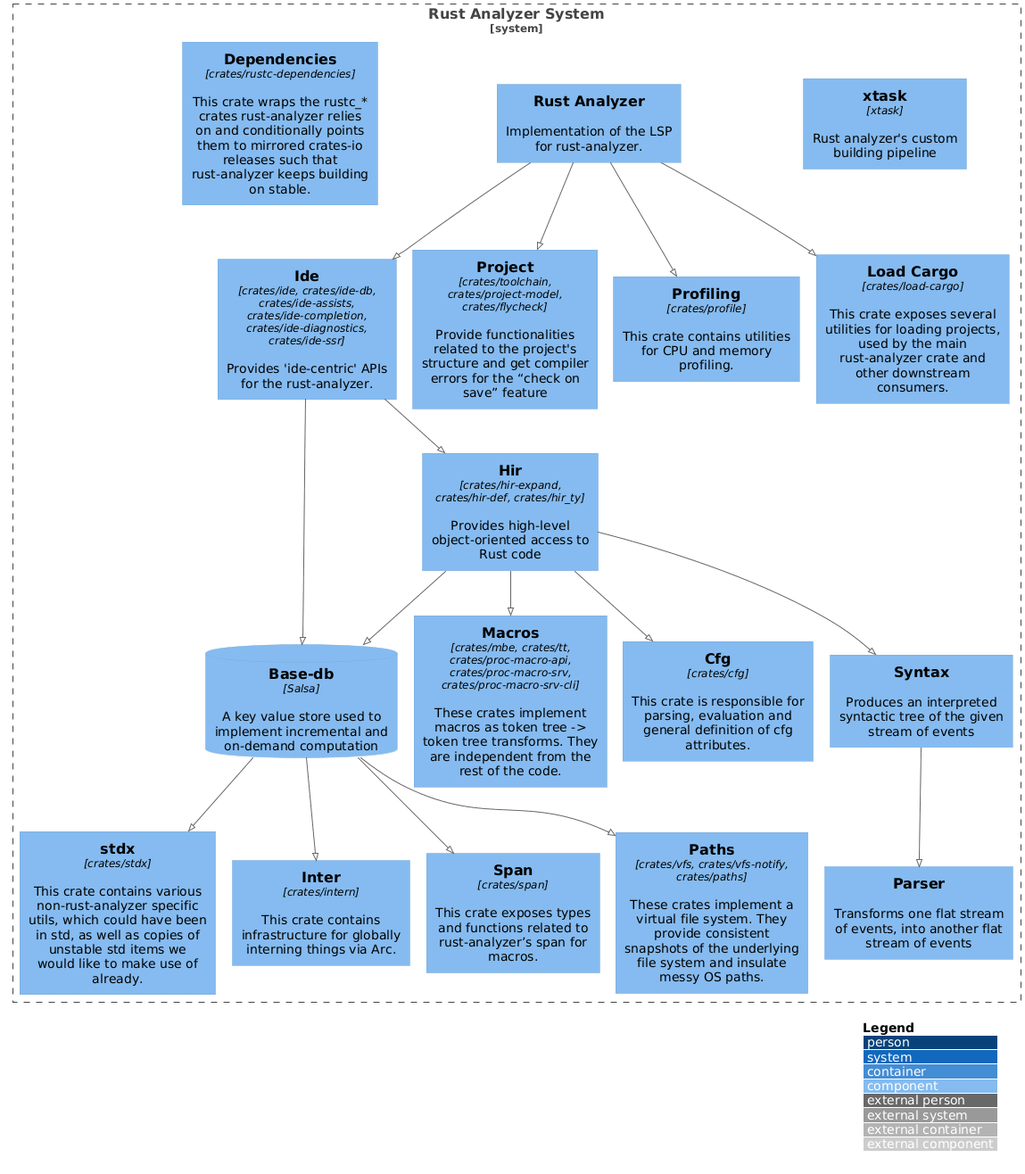
Earlier version of the PlantUML export img/diagrams/architecture/component.png (SDATeam10/Project).
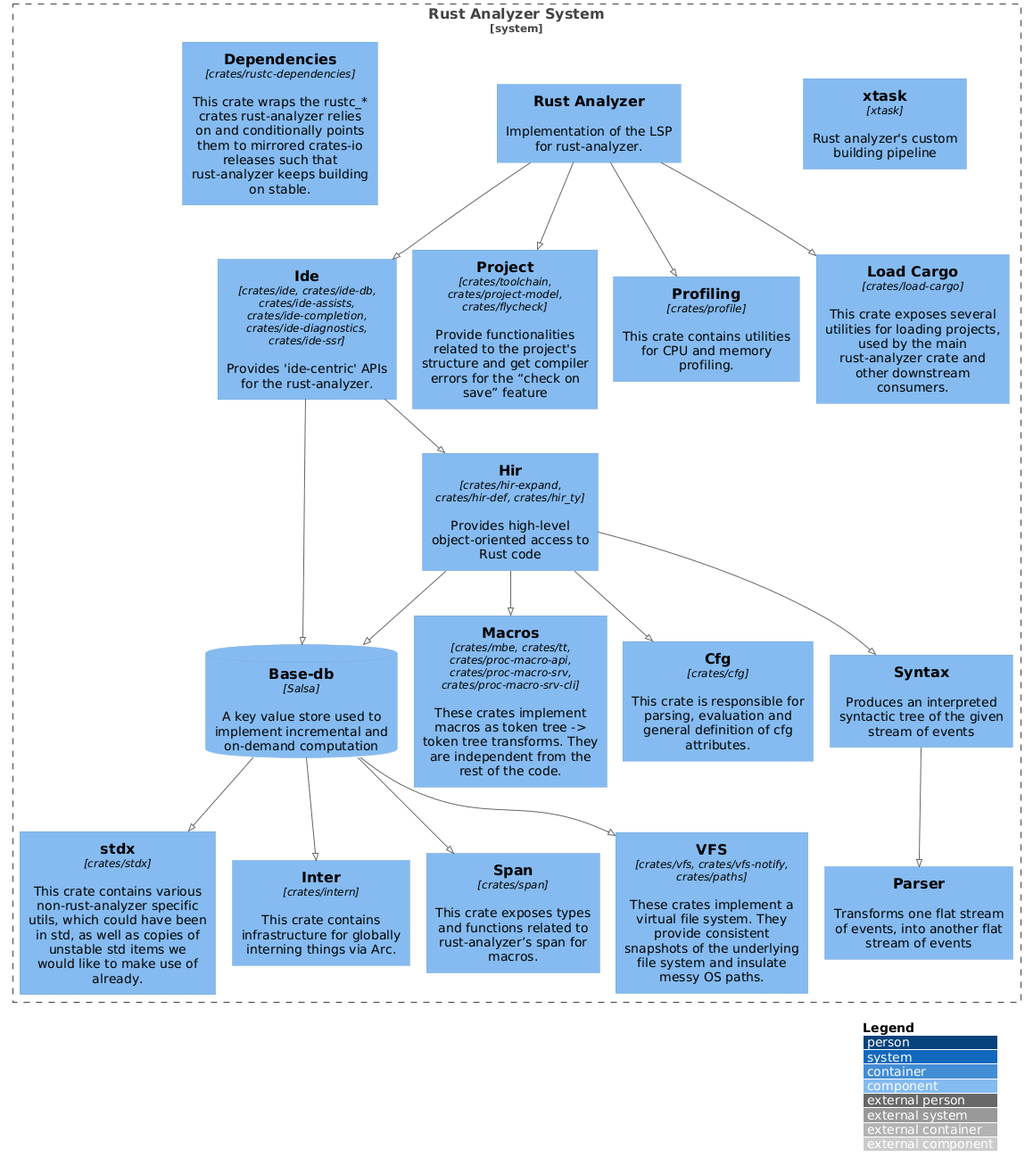
The same diagram one commit later.

Commit message:
feat: changed paths to more relevant VFS

The edit, as a diff of the source:
```diff
@@ -16,7 +16,7 @@
     Component(project, "Project", "crates/toolchain, crates/project-model, crates/flycheck", "Provide functionalities related to the project's structure and get compiler errors for the “check on save” feature")
     Component(macro, "Macros", "crates/mbe, crates/tt, crates/proc-macro-api, crates/proc-macro-srv, crates/proc-macro-srv-cli", "These crates implement macros as token tree -> token tree transforms. They are independent from the rest of the code.")
     Component(cfg, "Cfg", "crates/cfg", "This crate is responsible for parsing, evaluation and general definition of cfg attributes.")
-    Component(paths, "Paths", "crates/vfs, crates/vfs-notify, crates/paths", "These crates implement a virtual file system. They provide consistent snapshots of the underlying file system and insulate messy OS paths.")
+    Component(vsf, "VFS", "crates/vfs, crates/vfs-notify, crates/paths", "These crates implement a virtual file system. They provide consistent snapshots of the underlying file system and insulate messy OS paths.")
     Component(stdx, "stdx", "crates/stdx", "This crate contains various non-rust-analyzer specific utils, which could have been in std, as well as copies of unstable std items we would like to make use of already.")
     Component(profile, "Profiling", "crates/profile", "This crate contains utilities for CPU and memory profiling.")
     Component(intern, "Inter", "crates/intern", "This crate contains infrastructure for globally interning things via Arc.")
@@ -38,7 +38,7 @@
 Rel(rustanalyzer, profile, "")
 
 Rel(basedb, intern, "")
-Rel(basedb, paths, "")
+Rel(basedb, vsf, "")
 Rel(basedb, span, "")
 Rel(basedb, stdx, "")
 
```
